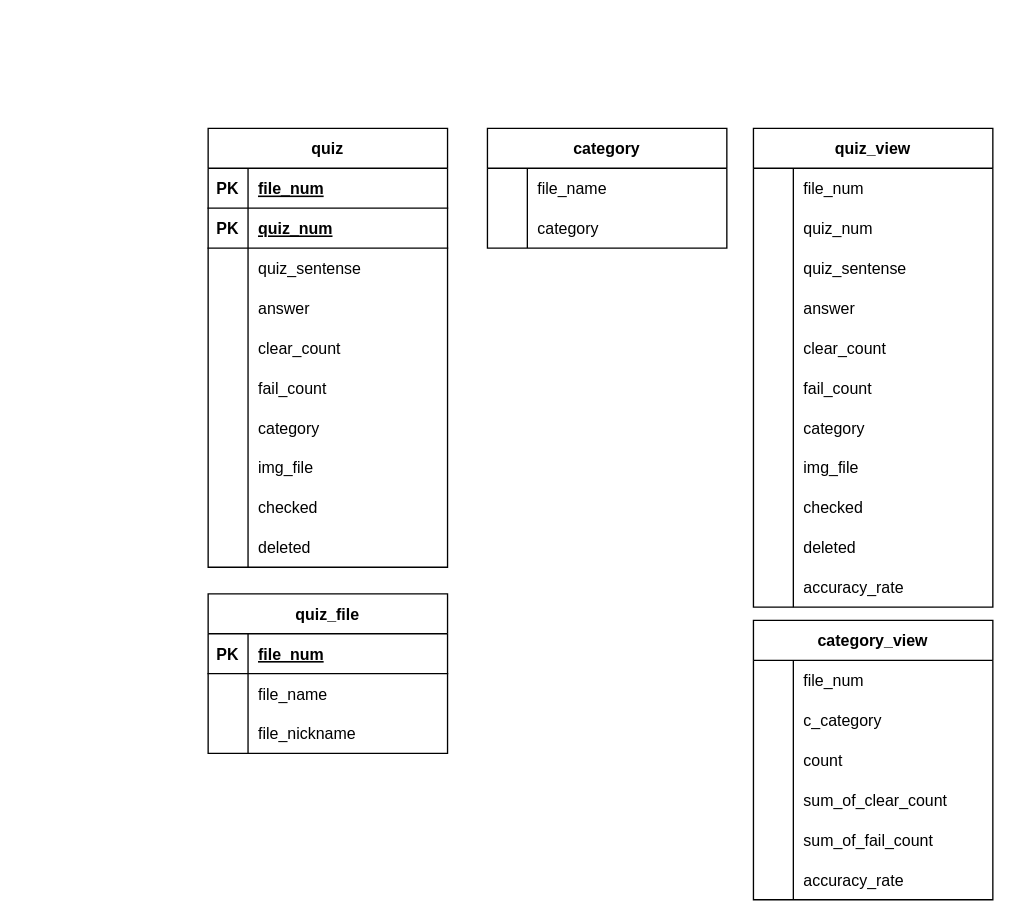
WAT36/WAT-Quizzer keeps this draw.io diagram as database/drawio/erd.dio. Above is the earlier version. Source tidied: cells renumbered, new cells numbered last; positions are measured from the earlier drawing's top-left corner, leaving out a move shared by most shapes. Both pictures are drawn from the tidied source at 133%, with x=0, y=0 at pixel (207, 128).
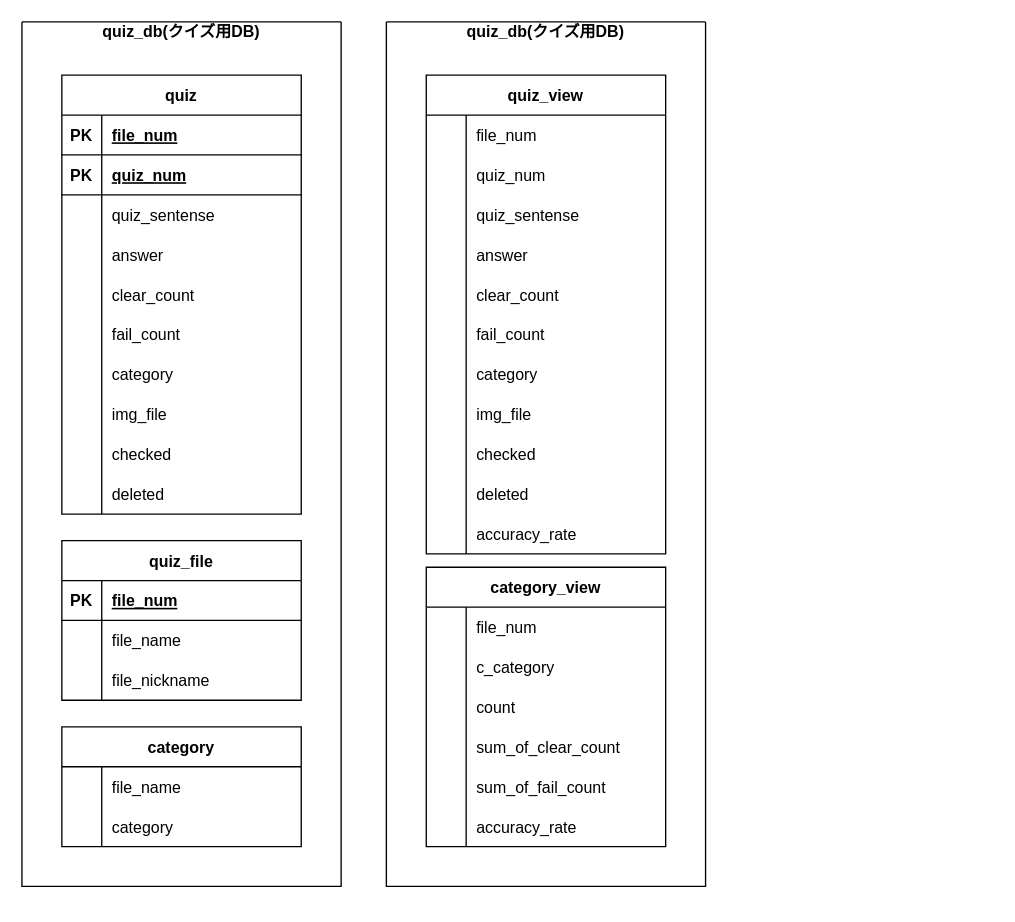
Above is the later version.

Commit message:
ちょいと修正

Change to the diagram source:
```diff
@@
     <mxCell id="2" value="quiz" style="shape=table;startSize=30;childLayout=tableLayout;rowLines=0;fontStyle=1;align=center;" parent="1" vertex="1">
-      <mxGeometry width="180" height="330" as="geometry" />
+      <mxGeometry x="-110" y="-40" width="180" height="330" as="geometry" />
     </mxCell>
@@
     <mxCell id="33" value="category" style="shape=table;startSize=30;childLayout=tableLayout;rowLines=0;fontStyle=1;align=center;" parent="1" vertex="1">
-      <mxGeometry x="210" width="180" height="90" as="geometry" />
+      <mxGeometry x="-110" y="450" width="180" height="90" as="geometry" />
     </mxCell>
@@
     <mxCell id="40" value="quiz_view" style="shape=table;startSize=30;childLayout=tableLayout;rowLines=0;fontStyle=1;align=center;" parent="1" vertex="1">
-      <mxGeometry x="410" width="180" height="360" as="geometry" />
+      <mxGeometry x="164" y="-40" width="180" height="360" as="geometry" />
     </mxCell>
@@
     <mxCell id="74" value="category_view" style="shape=table;startSize=30;childLayout=tableLayout;rowLines=0;fontStyle=1;align=center;" parent="1" vertex="1">
-      <mxGeometry x="410" y="370" width="180" height="210" as="geometry" />
+      <mxGeometry x="164" y="330" width="180" height="210" as="geometry" />
     </mxCell>
@@
     <mxCell id="93" value="quiz_file" style="shape=table;startSize=30;childLayout=tableLayout;rowLines=0;fontStyle=1;align=center;" parent="1" vertex="1">
-      <mxGeometry y="350" width="180" height="120" as="geometry" />
+      <mxGeometry x="-110" y="310" width="180" height="120" as="geometry" />
     </mxCell>
@@
+    <mxCell id="103" value="&#10;quiz_db(クイズ用DB)" style="swimlane;startSize=0;" parent="1" vertex="1">
+      <mxGeometry x="-140" y="-80" width="240" height="650" as="geometry" />
+    </mxCell>
+    <mxCell id="104" value="&#10;quiz_db(クイズ用DB)" style="swimlane;startSize=0;" parent="1" vertex="1">
+      <mxGeometry x="134" y="-80" width="240" height="650" as="geometry" />
+    </mxCell>
```
